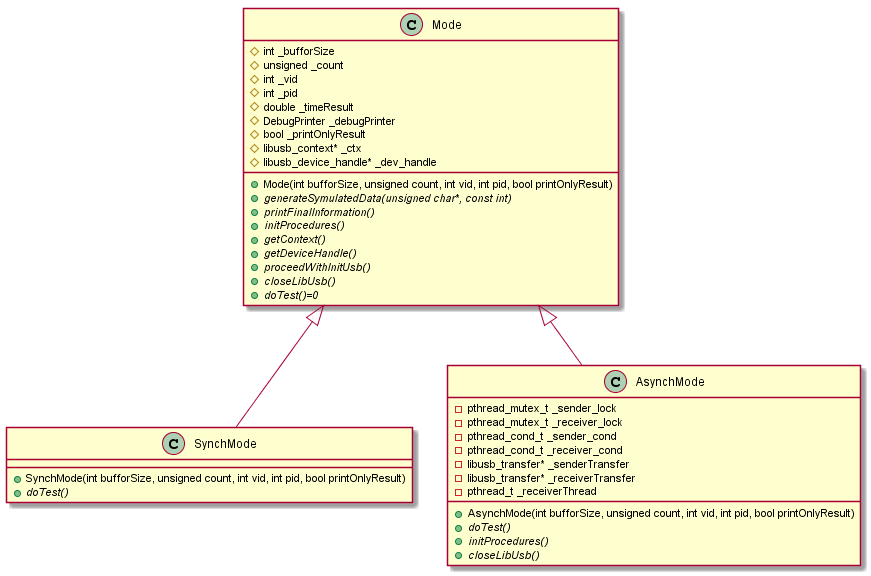
Earlier version of the PlantUML export plantUML/classDiagram.png (lpawlik91/USBSpeedTest).
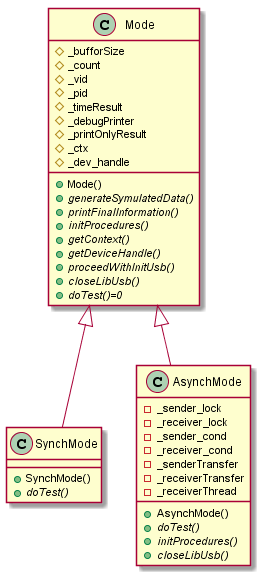
The same file after the commit.

Change to the diagram source:
```diff
@@ -3,8 +3,8 @@
 Mode <|-- AsynchMode
 
 Class Mode {
- + Mode(int bufforSize, unsigned count, int vid, int pid, bool printOnlyResult)
- +{abstract} generateSymulatedData(unsigned char*, const int)
+ + Mode()
+ +{abstract} generateSymulatedData()
  +{abstract} printFinalInformation()
  +{abstract} initProcedures()
  +{abstract} getContext()
@@ -12,34 +12,34 @@
  +{abstract} proceedWithInitUsb()
  +{abstract} closeLibUsb()
  +{abstract} doTest()=0
- #int _bufforSize
- #unsigned _count
- #int _vid
- #int _pid
- #double _timeResult
- #DebugPrinter _debugPrinter
- #bool _printOnlyResult
- #libusb_context* _ctx
- #libusb_device_handle* _dev_handle
+ #_bufforSize
+ #_count
+ #_vid
+ #_pid
+ #_timeResult
+ #_debugPrinter
+ #_printOnlyResult
+ #_ctx
+ #_dev_handle
 }
 
 class SynchMode {
- +SynchMode(int bufforSize, unsigned count, int vid, int pid, bool printOnlyResult)
+ +SynchMode()
  +{abstract} doTest()
 }
 
 class AsynchMode {
- +AsynchMode(int bufforSize, unsigned count, int vid, int pid, bool printOnlyResult)
+ +AsynchMode()
  +{abstract} doTest()
  +{abstract} initProcedures()
  +{abstract} closeLibUsb()
- -pthread_mutex_t _sender_lock
- -pthread_mutex_t _receiver_lock
- -pthread_cond_t _sender_cond
- -pthread_cond_t _receiver_cond
- -libusb_transfer* _senderTransfer
- -libusb_transfer* _receiverTransfer
- -pthread_t _receiverThread
+ -_sender_lock
+ -_receiver_lock
+ -_sender_cond
+ -_receiver_cond
+ -_senderTransfer
+ -_receiverTransfer
+ -_receiverThread
 }
 
 @enduml
```
